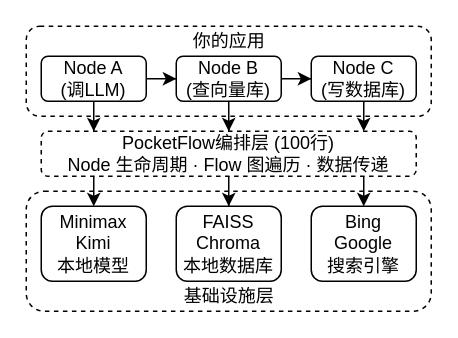
Earlier version of the draw.io diagram page "pocketflow-app" (23 of 24) of docs/public/easy-pocket.drawio (datawhalechina/easy-pocket). Source tidied: cells renumbered, new cells numbered last; positions are measured from the earlier drawing's top-left corner, leaving out a move shared by most shapes. Both pictures are drawn from the tidied source at 150%, with x=0, y=0 at pixel (26, 26).
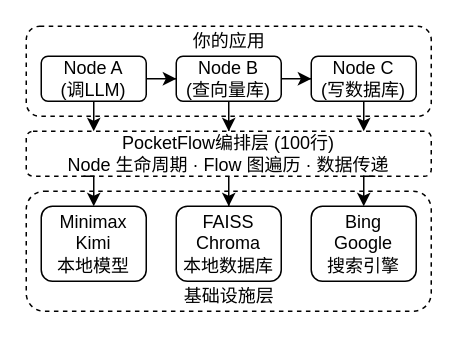
After the change.

The change refers to these unchanged cells:
```xml
<mxCell id="5" value="Node A&lt;div&gt;(调LLM)&lt;/div&gt;" style="rounded=1;whiteSpace=wrap;html=1;" parent="1" vertex="1">
  <mxGeometry x="10" y="20" width="70" height="30" as="geometry" />
</mxCell>
<mxCell id="9" value="Node C&lt;div&gt;(写数据库)&lt;/div&gt;" style="rounded=1;whiteSpace=wrap;html=1;" parent="1" vertex="1">
  <mxGeometry x="190" y="20" width="70" height="30" as="geometry" />
</mxCell>
```

Diff of the diagram source:
```diff
@@
     <mxCell id="10" value="PocketFlow编排层 (100行)&lt;div&gt;Node 生命周期 · Flow 图遍历 · 数据传递&lt;/div&gt;" style="rounded=1;whiteSpace=wrap;html=1;dashed=1;" parent="1" vertex="1">
-      <mxGeometry x="10" y="70" width="250" height="30" as="geometry" />
+      <mxGeometry y="70" width="270" height="30" as="geometry" />
     </mxCell>
@@
-    <mxCell id="15" style="edgeStyle=orthogonalEdgeStyle;rounded=0;jettySize=auto;html=1;entryX=0.14;entryY=0;entryDx=0;entryDy=0;entryPerimeter=0;" parent="1" edge="1" source="5" target="10">
+    <mxCell id="15" style="edgeStyle=orthogonalEdgeStyle;rounded=0;jettySize=auto;html=1;entryX=0.167;entryY=0.002;entryDx=0;entryDy=0;entryPerimeter=0;" parent="1" edge="1" source="5" target="10">
       <mxGeometry relative="1" as="geometry" />
     </mxCell>
-    <mxCell id="16" style="edgeStyle=orthogonalEdgeStyle;rounded=0;jettySize=auto;html=1;entryX=0.861;entryY=0;entryDx=0;entryDy=0;entryPerimeter=0;" parent="1" edge="1" source="9" target="10">
+    <mxCell id="16" style="edgeStyle=orthogonalEdgeStyle;rounded=0;jettySize=auto;html=1;entryX=0.833;entryY=-0.003;entryDx=0;entryDy=0;entryPerimeter=0;" parent="1" edge="1" source="9" target="10">
       <mxGeometry relative="1" as="geometry" />
     </mxCell>
```
